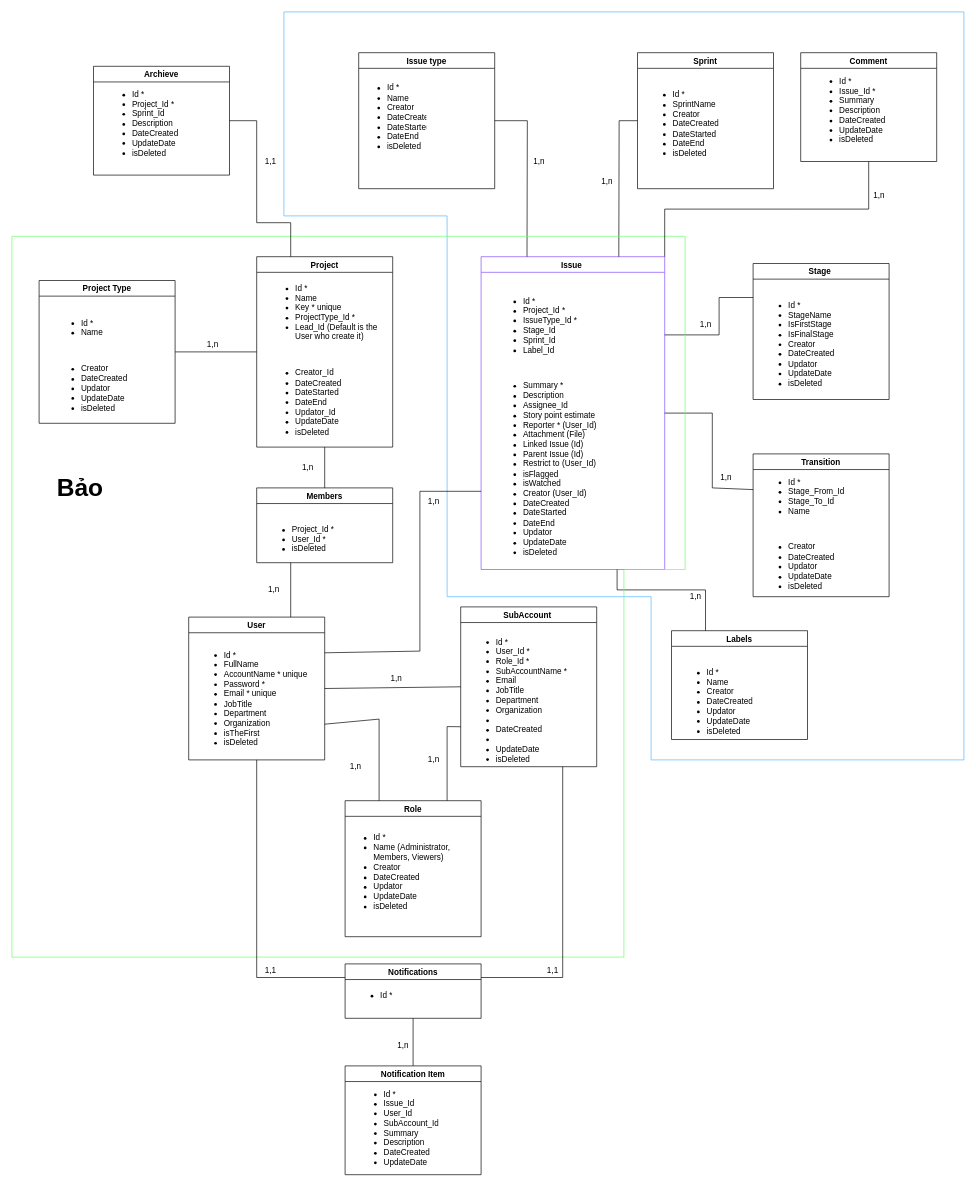
JonhSnap/MarvicApp keeps this draw.io diagram as General File/DB diagram.drawio. Above is the earlier version. Source tidied: cells renumbered, new cells numbered last; positions are measured from the earlier drawing's top-left corner, leaving out a move shared by most shapes. Both pictures are drawn from the tidied source at 68%, with x=0, y=0 at pixel (12, 12).
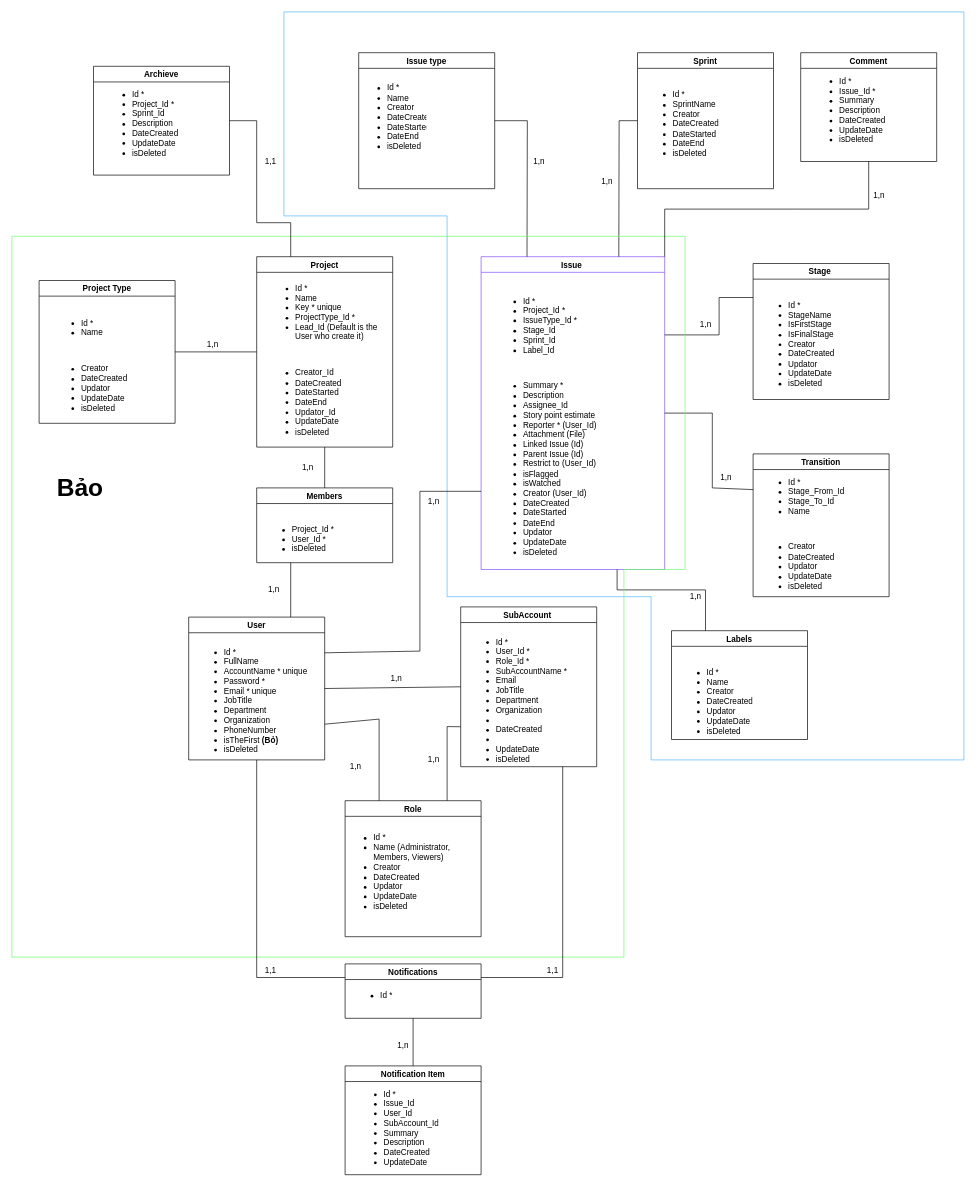
The same page after the edit.

Unchanged cells that the change refers to:
```xml
<mxCell id="10" value="User" style="swimlane;startSize=23;" parent="1" vertex="1">
  <mxGeometry x="260" y="890" width="200" height="210" as="geometry" />
</mxCell>
```

What changed in the source:
```diff
@@
-    <mxCell id="11" value="&lt;ul&gt;&lt;li&gt;Id *&lt;/li&gt;&lt;li&gt;FullName&lt;/li&gt;&lt;li&gt;AccountName * unique&lt;/li&gt;&lt;li&gt;Password *&lt;/li&gt;&lt;li&gt;Email * unique&lt;/li&gt;&lt;li&gt;JobTitle&lt;/li&gt;&lt;li&gt;Department&lt;/li&gt;&lt;li&gt;Organization&lt;/li&gt;&lt;li&gt;isTheFirst&lt;/li&gt;&lt;li&gt;isDeleted&lt;/li&gt;&lt;/ul&gt;" style="text;strokeColor=none;fillColor=none;html=1;whiteSpace=wrap;verticalAlign=middle;overflow=hidden;" parent="10" vertex="1">
+    <mxCell id="11" value="&lt;ul&gt;&lt;li&gt;Id *&lt;/li&gt;&lt;li&gt;FullName&lt;/li&gt;&lt;li&gt;AccountName * unique&lt;/li&gt;&lt;li&gt;Password *&lt;/li&gt;&lt;li&gt;Email * unique&lt;/li&gt;&lt;li&gt;JobTitle&lt;/li&gt;&lt;li&gt;Department&lt;/li&gt;&lt;li&gt;Organization&lt;/li&gt;&lt;li&gt;PhoneNumber&lt;/li&gt;&lt;li&gt;isTheFirst &lt;b&gt;(Bỏ)&lt;/b&gt;&lt;/li&gt;&lt;li&gt;isDeleted&lt;/li&gt;&lt;/ul&gt;" style="text;strokeColor=none;fillColor=none;html=1;whiteSpace=wrap;verticalAlign=middle;overflow=hidden;" parent="10" vertex="1">
       <mxGeometry x="10" y="30" width="170" height="180" as="geometry" />
     </mxCell>
```
